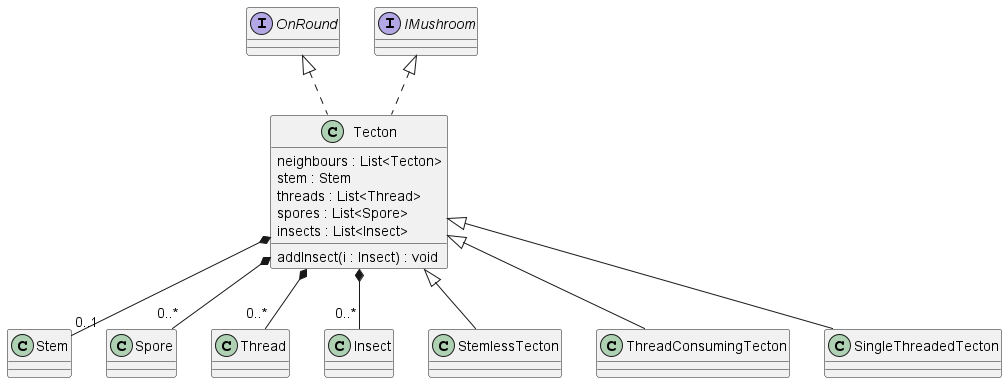
This is out/4/classes/tecton/tecton.png from Petya-G/fungorium, a PlantUML export, as it was before one commit.
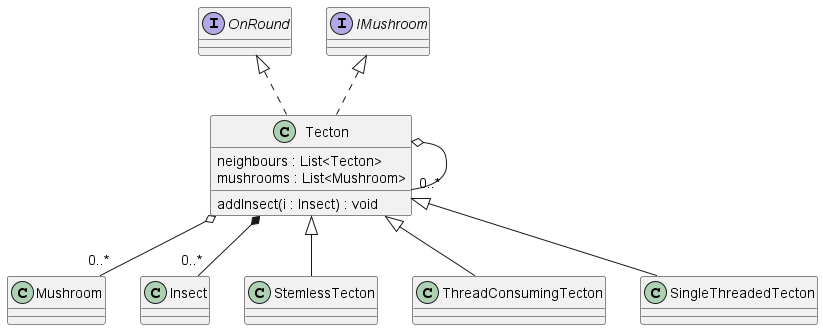
The same file after the commit.

What changed in the source:
```diff
@@ -1,15 +1,11 @@
 @startuml tecton
 
-Tecton *-- "0..1" Stem
-Tecton *-- "0..*" Spore
-Tecton *-- "0..*" Thread
+Tecton o-- "0..*" Mushroom
 Tecton *-- "0..*" Insect
+Tecton o-- "0..*" Tecton
 class Tecton implements OnRound, IMushroom{
     neighbours : List<Tecton>
-    stem : Stem
-    threads : List<Thread>
-    spores : List<Spore>
-    insects : List<Insect>
+    mushrooms : List<Mushroom>
     addInsect(i : Insect) : void
 }
 
```
